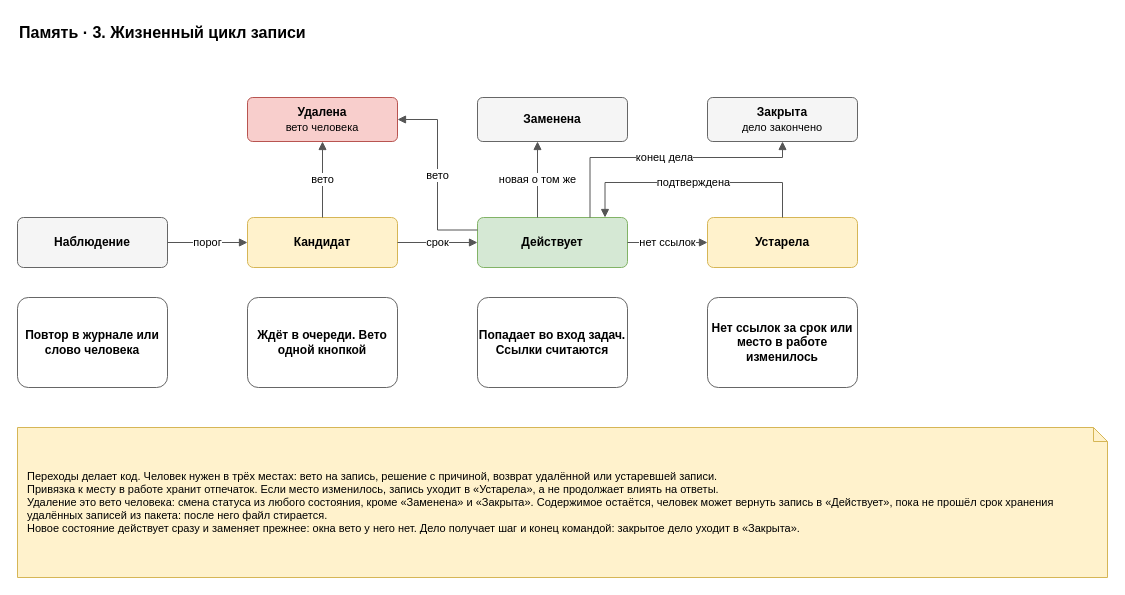
Before: page "3. Жизненный цикл" (3 of 7) of docs/spec/harness-memory.drawio in roygkov/reins, a draw.io diagram. Source tidied: cells renumbered, new cells numbered last; positions are measured from the earlier drawing's top-left corner, leaving out a move shared by most shapes. Both pictures are drawn from the tidied source at 100%, with x=0, y=0 at pixel (17, 17).
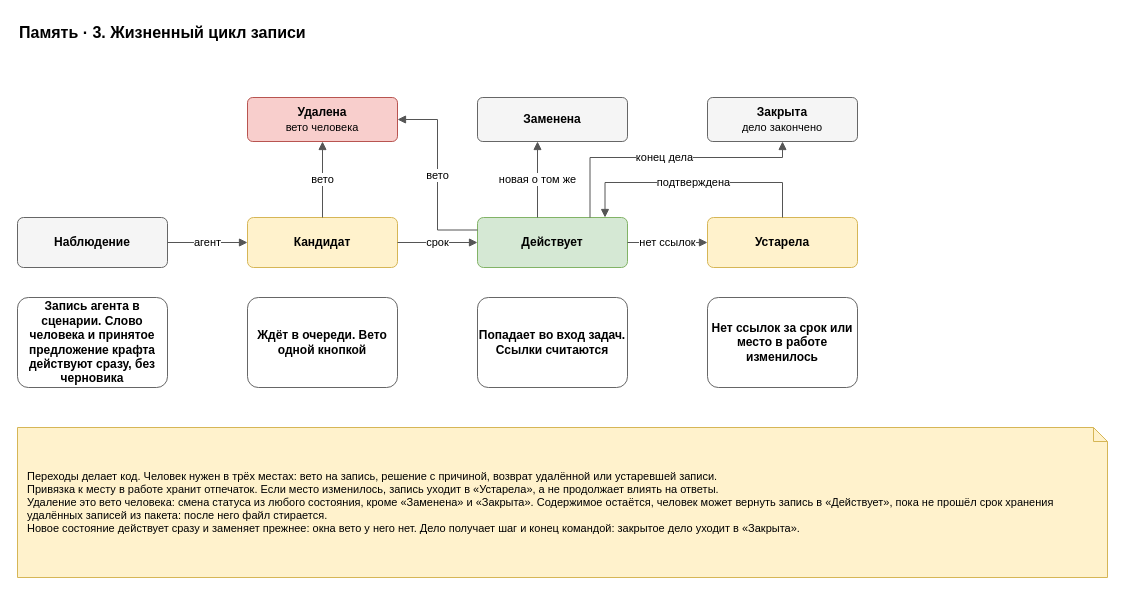
The same diagram, later.

The change refers to these unchanged cells:
```xml
<mxCell id="3" value="&lt;b&gt;Наблюдение&lt;/b&gt;" style="rounded=1;whiteSpace=wrap;html=1;fillColor=#f5f5f5;strokeColor=#666666;arcSize=12;" parent="1" vertex="1">
  <mxGeometry y="200" width="150" height="50" as="geometry" />
</mxCell>
<mxCell id="4" value="&lt;b&gt;Кандидат&lt;/b&gt;" style="rounded=1;whiteSpace=wrap;html=1;fillColor=#fff2cc;strokeColor=#d6b656;arcSize=12;" parent="1" vertex="1">
  <mxGeometry x="230" y="200" width="150" height="50" as="geometry" />
</mxCell>
```

Change to the diagram source:
```diff
@@
-    <mxCell id="10" value="порог" style="edgeStyle=orthogonalEdgeStyle;rounded=0;html=1;endArrow=block;endFill=1;strokeColor=#555555;fontSize=11;labelBackgroundColor=#ffffff;" parent="1" edge="1" source="3" target="4">
+    <mxCell id="10" value="агент" style="edgeStyle=orthogonalEdgeStyle;rounded=0;html=1;endArrow=block;endFill=1;strokeColor=#555555;fontSize=11;labelBackgroundColor=#ffffff;" parent="1" edge="1" source="3" target="4">
       <mxGeometry relative="1" as="geometry" />
     </mxCell>
@@
-    <mxCell id="18" value="&lt;b&gt;Повтор в журнале или слово человека&lt;/b&gt;" style="rounded=1;whiteSpace=wrap;html=1;fillColor=#ffffff;strokeColor=#666666;arcSize=12;fontStyle=0;" parent="1" vertex="1">
+    <mxCell id="18" value="&lt;b&gt;Запись агента в сценарии. Слово человека и принятое предложение крафта действуют сразу, без черновика&lt;/b&gt;" style="rounded=1;whiteSpace=wrap;html=1;fillColor=#ffffff;strokeColor=#666666;arcSize=12;fontStyle=0;" parent="1" vertex="1">
       <mxGeometry y="280" width="150" height="90" as="geometry" />
     </mxCell>
```
